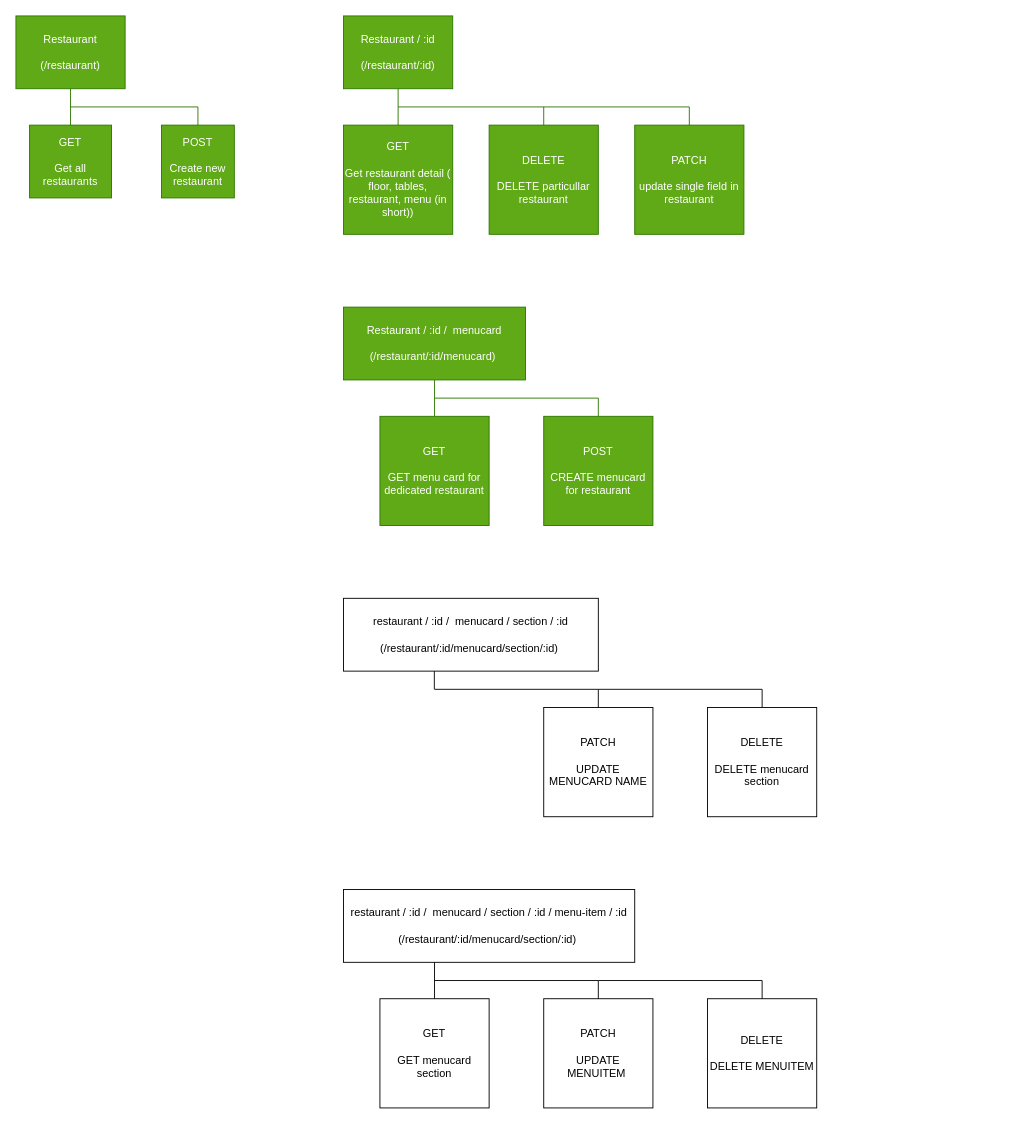
Before: page "API-Endpoints" (2 of 2) of docs/Application-Documentation/Application-Documentation-v1.drawio in suyashl13/Menyokard, a draw.io diagram. Source tidied: cells renumbered, new cells numbered last; positions are measured from the earlier drawing's top-left corner, leaving out a move shared by most shapes. Both pictures are drawn from the tidied source at 91%, with x=0, y=0 at pixel (15, 15).
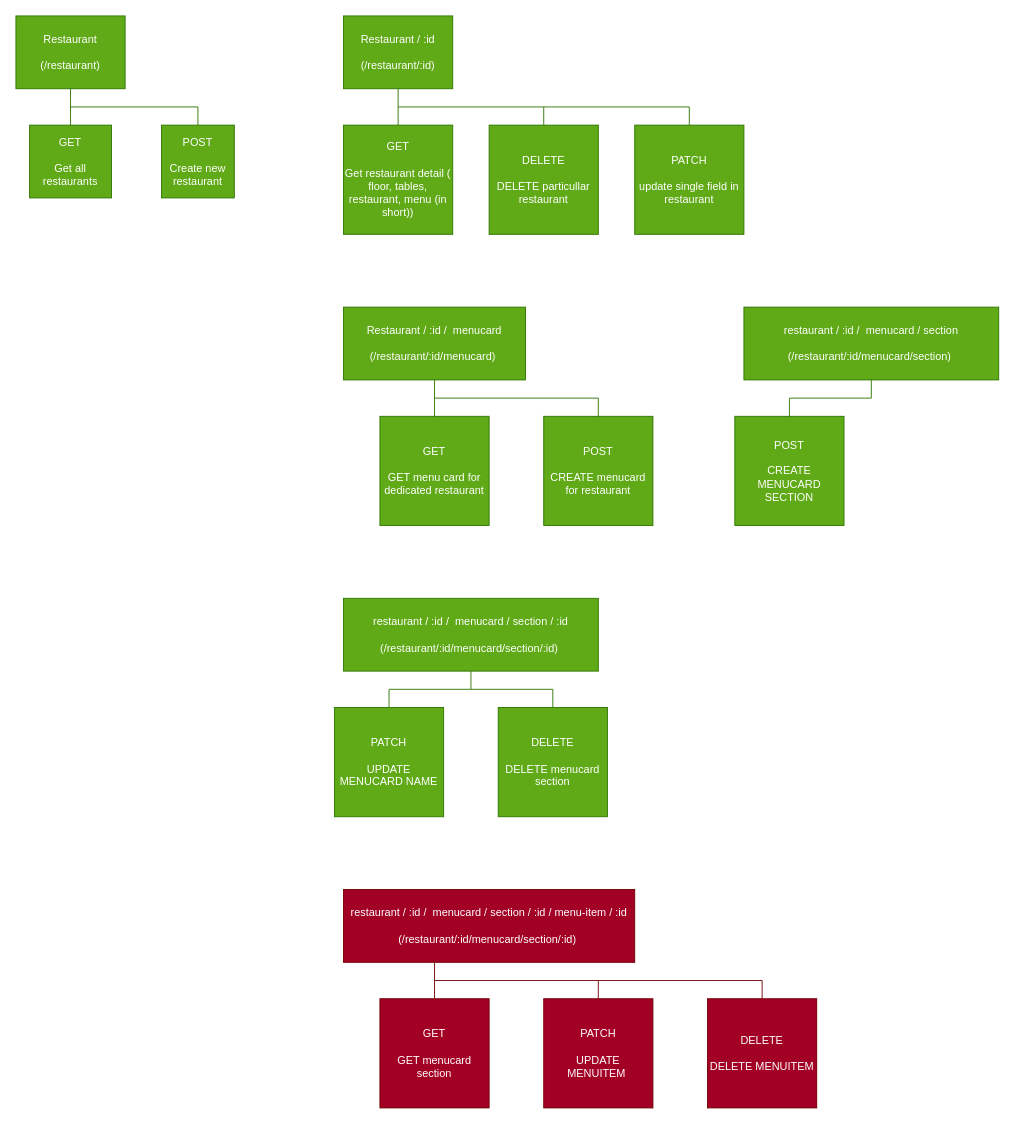
Above is the later version.

Commit message (it also covers changes not shown here):
add: added new routes in section and section slug (in restaurant/menu)

What changed in the source:
```diff
@@
-    <mxCell id="22" value="restaurant / :id /&amp;nbsp; menucard / section / :id&lt;div&gt;&amp;nbsp;&lt;/div&gt;&lt;div&gt;(/restaurant/:id/menucard/section/:id)&amp;nbsp;&lt;/div&gt;" style="rounded=0;whiteSpace=wrap;html=1;" parent="1" vertex="1">
+    <mxCell id="22" value="restaurant / :id /&amp;nbsp; menucard / section / :id&lt;div&gt;&amp;nbsp;&lt;/div&gt;&lt;div&gt;(/restaurant/:id/menucard/section/:id)&amp;nbsp;&lt;/div&gt;" style="rounded=0;whiteSpace=wrap;html=1;fillColor=#60a917;fontColor=#ffffff;strokeColor=#2D7600;" parent="1" vertex="1">
       <mxGeometry x="360" y="640" width="280" height="80" as="geometry" />
     </mxCell>
-    <mxCell id="23" style="endArrow=none;html=1;rounded=0;" parent="1" edge="1">
+    <mxCell id="23" style="endArrow=none;html=1;rounded=0;fillColor=#60a917;strokeColor=#2D7600;" parent="1" edge="1">
       <mxGeometry relative="1" as="geometry">
-        <mxPoint x="460" y="740" as="sourcePoint" />
-        <mxPoint x="640" y="740" as="targetPoint" />
+        <mxPoint x="410" y="740" as="sourcePoint" />
+        <mxPoint x="410" y="740" as="targetPoint" />
       </mxGeometry>
     </mxCell>
-    <mxCell id="24" value="&lt;div&gt;PATCH&lt;br&gt;&lt;br&gt;&lt;/div&gt;&lt;div&gt;UPDATE MENUCARD NAME&lt;/div&gt;" style="rounded=0;whiteSpace=wrap;html=1;" parent="1" vertex="1">
-      <mxGeometry x="580" y="760" width="120" height="120" as="geometry" />
+    <mxCell id="24" value="&lt;div&gt;PATCH&lt;br&gt;&lt;br&gt;&lt;/div&gt;&lt;div&gt;UPDATE MENUCARD NAME&lt;/div&gt;" style="rounded=0;whiteSpace=wrap;html=1;fillColor=#60a917;fontColor=#ffffff;strokeColor=#2D7600;" parent="1" vertex="1">
+      <mxGeometry x="350" y="760" width="120" height="120" as="geometry" />
     </mxCell>
-    <mxCell id="25" style="endArrow=none;html=1;rounded=0;exitX=0.5;exitY=0;exitDx=0;exitDy=0;" parent="1" edge="1" source="24">
+    <mxCell id="25" style="endArrow=none;html=1;rounded=0;exitX=0.5;exitY=0;exitDx=0;exitDy=0;fillColor=#60a917;strokeColor=#2D7600;" parent="1" edge="1" source="24">
       <mxGeometry relative="1" as="geometry">
-        <mxPoint x="640" y="740" as="targetPoint" />
+        <mxPoint x="410" y="740" as="targetPoint" />
       </mxGeometry>
     </mxCell>
-    <mxCell id="26" style="endArrow=none;html=1;rounded=0;" parent="1" edge="1">
+    <mxCell id="26" style="endArrow=none;html=1;rounded=0;fillColor=#60a917;strokeColor=#2D7600;" parent="1" edge="1">
       <mxGeometry relative="1" as="geometry">
-        <mxPoint x="640" y="740" as="sourcePoint" />
-        <mxPoint x="820" y="740" as="targetPoint" />
+        <mxPoint x="410" y="740" as="sourcePoint" />
+        <mxPoint x="590" y="740" as="targetPoint" />
       </mxGeometry>
     </mxCell>
-    <mxCell id="27" value="&lt;div&gt;DELETE&lt;/div&gt;&lt;div&gt;&lt;br&gt;&lt;/div&gt;&lt;div&gt;DELETE menucard section&lt;/div&gt;" style="rounded=0;whiteSpace=wrap;html=1;" parent="1" vertex="1">
-      <mxGeometry x="760" y="760" width="120" height="120" as="geometry" />
+    <mxCell id="27" value="&lt;div&gt;DELETE&lt;/div&gt;&lt;div&gt;&lt;br&gt;&lt;/div&gt;&lt;div&gt;DELETE menucard section&lt;/div&gt;" style="rounded=0;whiteSpace=wrap;html=1;fillColor=#60a917;fontColor=#ffffff;strokeColor=#2D7600;" parent="1" vertex="1">
+      <mxGeometry x="530" y="760" width="120" height="120" as="geometry" />
     </mxCell>
-    <mxCell id="28" style="endArrow=none;html=1;rounded=0;exitX=0.5;exitY=0;exitDx=0;exitDy=0;" parent="1" edge="1" source="27">
+    <mxCell id="28" style="endArrow=none;html=1;rounded=0;exitX=0.5;exitY=0;exitDx=0;exitDy=0;fillColor=#60a917;strokeColor=#2D7600;" parent="1" edge="1" source="27">
       <mxGeometry relative="1" as="geometry">
-        <mxPoint x="820" y="740" as="targetPoint" />
+        <mxPoint x="590" y="740" as="targetPoint" />
       </mxGeometry>
     </mxCell>
-    <mxCell id="29" value="restaurant / :id /&amp;nbsp; menucard / section / :id / menu-item / :id&lt;div&gt;&lt;span style=&quot;background-color: initial;&quot;&gt;&amp;nbsp;&amp;nbsp;&lt;/span&gt;&lt;br&gt;&lt;/div&gt;&lt;div&gt;&lt;div&gt;&lt;div&gt;(/restaurant/:id/menucard/section/:id)&amp;nbsp;&lt;/div&gt;&lt;/div&gt;&lt;/div&gt;" style="rounded=0;whiteSpace=wrap;html=1;" parent="1" vertex="1">
+    <mxCell id="29" value="restaurant / :id /&amp;nbsp; menucard / section / :id / menu-item / :id&lt;div&gt;&lt;span style=&quot;background-color: initial;&quot;&gt;&amp;nbsp;&amp;nbsp;&lt;/span&gt;&lt;br&gt;&lt;/div&gt;&lt;div&gt;&lt;div&gt;&lt;div&gt;(/restaurant/:id/menucard/section/:id)&amp;nbsp;&lt;/div&gt;&lt;/div&gt;&lt;/div&gt;" style="rounded=0;whiteSpace=wrap;html=1;fillColor=#a20025;fontColor=#ffffff;strokeColor=#6F0000;" parent="1" vertex="1">
       <mxGeometry x="360" y="960" width="320" height="80" as="geometry" />
     </mxCell>
-    <mxCell id="30" value="GET&lt;div&gt;&lt;div&gt;&lt;br&gt;&lt;/div&gt;&lt;/div&gt;&lt;div&gt;GET menucard section&lt;/div&gt;" style="rounded=0;whiteSpace=wrap;html=1;" parent="1" vertex="1">
+    <mxCell id="30" value="GET&lt;div&gt;&lt;div&gt;&lt;br&gt;&lt;/div&gt;&lt;/div&gt;&lt;div&gt;GET menucard section&lt;/div&gt;" style="rounded=0;whiteSpace=wrap;html=1;fillColor=#a20025;fontColor=#ffffff;strokeColor=#6F0000;" parent="1" vertex="1">
       <mxGeometry x="400" y="1080" width="120" height="120" as="geometry" />
     </mxCell>
-    <mxCell id="31" style="endArrow=none;html=1;rounded=0;entryX=0.5;entryY=1;entryDx=0;entryDy=0;exitX=0.5;exitY=0;exitDx=0;exitDy=0;" parent="1" edge="1" source="30">
+    <mxCell id="31" style="endArrow=none;html=1;rounded=0;entryX=0.5;entryY=1;entryDx=0;entryDy=0;exitX=0.5;exitY=0;exitDx=0;exitDy=0;fillColor=#a20025;strokeColor=#6F0000;" parent="1" edge="1" source="30">
       <mxGeometry relative="1" as="geometry">
         <mxPoint x="460" y="1040" as="targetPoint" />
       </mxGeometry>
     </mxCell>
-    <mxCell id="32" style="endArrow=none;html=1;rounded=0;" parent="1" edge="1">
+    <mxCell id="32" style="endArrow=none;html=1;rounded=0;fillColor=#a20025;strokeColor=#6F0000;" parent="1" edge="1">
       <mxGeometry relative="1" as="geometry">
         <mxPoint x="460" y="1060" as="sourcePoint" />
         <mxPoint x="640" y="1060" as="targetPoint" />
       </mxGeometry>
     </mxCell>
-    <mxCell id="33" value="&lt;div&gt;PATCH&lt;br&gt;&lt;br&gt;&lt;/div&gt;&lt;div&gt;UPDATE MENUITEM&amp;nbsp;&lt;/div&gt;" style="rounded=0;whiteSpace=wrap;html=1;" parent="1" vertex="1">
+    <mxCell id="33" value="&lt;div&gt;PATCH&lt;br&gt;&lt;br&gt;&lt;/div&gt;&lt;div&gt;UPDATE MENUITEM&amp;nbsp;&lt;/div&gt;" style="rounded=0;whiteSpace=wrap;html=1;fillColor=#a20025;fontColor=#ffffff;strokeColor=#6F0000;" parent="1" vertex="1">
       <mxGeometry x="580" y="1080" width="120" height="120" as="geometry" />
     </mxCell>
-    <mxCell id="34" style="endArrow=none;html=1;rounded=0;exitX=0.5;exitY=0;exitDx=0;exitDy=0;" parent="1" edge="1" source="33">
+    <mxCell id="34" style="endArrow=none;html=1;rounded=0;exitX=0.5;exitY=0;exitDx=0;exitDy=0;fillColor=#a20025;strokeColor=#6F0000;" parent="1" edge="1" source="33">
       <mxGeometry relative="1" as="geometry">
         <mxPoint x="640" y="1060" as="targetPoint" />
       </mxGeometry>
     </mxCell>
-    <mxCell id="35" style="endArrow=none;html=1;rounded=0;" parent="1" edge="1">
+    <mxCell id="35" style="endArrow=none;html=1;rounded=0;fillColor=#a20025;strokeColor=#6F0000;" parent="1" edge="1">
       <mxGeometry relative="1" as="geometry">
         <mxPoint x="640" y="1060" as="sourcePoint" />
         <mxPoint x="820" y="1060" as="targetPoint" />
       </mxGeometry>
     </mxCell>
-    <mxCell id="36" value="&lt;div&gt;DELETE&lt;/div&gt;&lt;div&gt;&lt;br&gt;&lt;/div&gt;&lt;div&gt;DELETE MENUITEM&lt;/div&gt;" style="rounded=0;whiteSpace=wrap;html=1;" parent="1" vertex="1">
+    <mxCell id="36" value="&lt;div&gt;DELETE&lt;/div&gt;&lt;div&gt;&lt;br&gt;&lt;/div&gt;&lt;div&gt;DELETE MENUITEM&lt;/div&gt;" style="rounded=0;whiteSpace=wrap;html=1;fillColor=#a20025;fontColor=#ffffff;strokeColor=#6F0000;" parent="1" vertex="1">
       <mxGeometry x="760" y="1080" width="120" height="120" as="geometry" />
     </mxCell>
-    <mxCell id="37" style="endArrow=none;html=1;rounded=0;exitX=0.5;exitY=0;exitDx=0;exitDy=0;" parent="1" edge="1" source="36">
+    <mxCell id="37" style="endArrow=none;html=1;rounded=0;exitX=0.5;exitY=0;exitDx=0;exitDy=0;fillColor=#a20025;strokeColor=#6F0000;" parent="1" edge="1" source="36">
       <mxGeometry relative="1" as="geometry">
         <mxPoint x="820" y="1060" as="targetPoint" />
       </mxGeometry>
     </mxCell>
-    <mxCell id="38" style="endArrow=none;html=1;rounded=0;exitX=0.5;exitY=0;exitDx=0;exitDy=0;" parent="1" edge="1">
+    <mxCell id="38" style="endArrow=none;html=1;rounded=0;exitX=0.5;exitY=0;exitDx=0;exitDy=0;fillColor=#60a917;strokeColor=#2D7600;" parent="1" edge="1">
       <mxGeometry relative="1" as="geometry">
-        <mxPoint x="459.8" y="740" as="sourcePoint" />
-        <mxPoint x="459.8" y="720" as="targetPoint" />
+        <mxPoint x="500" y="740" as="sourcePoint" />
+        <mxPoint x="500" y="720" as="targetPoint" />
       </mxGeometry>
     </mxCell>
+    <mxCell id="39" value="restaurant / :id /&amp;nbsp; menucard / section&lt;div&gt;&lt;span style=&quot;background-color: initial;&quot;&gt;&amp;nbsp;&lt;/span&gt;&lt;div&gt;(/restaurant/:id/menucard/section)&amp;nbsp;&lt;/div&gt;&lt;/div&gt;" style="rounded=0;whiteSpace=wrap;html=1;fillColor=#60a917;fontColor=#ffffff;strokeColor=#2D7600;" parent="1" vertex="1">
+      <mxGeometry x="800" y="320" width="280" height="80" as="geometry" />
+    </mxCell>
+    <mxCell id="40" style="endArrow=none;html=1;rounded=0;fillColor=#60a917;strokeColor=#2D7600;" parent="1" edge="1">
+      <mxGeometry relative="1" as="geometry">
+        <mxPoint x="850" y="420" as="sourcePoint" />
+        <mxPoint x="850" y="420" as="targetPoint" />
+      </mxGeometry>
+    </mxCell>
+    <mxCell id="41" value="&lt;div&gt;POST&lt;/div&gt;&lt;div&gt;&lt;br&gt;&lt;/div&gt;&lt;div&gt;CREATE&lt;/div&gt;&lt;div&gt;MENUCARD SECTION&lt;/div&gt;" style="rounded=0;whiteSpace=wrap;html=1;fillColor=#60a917;fontColor=#ffffff;strokeColor=#2D7600;" parent="1" vertex="1">
+      <mxGeometry x="790" y="440" width="120" height="120" as="geometry" />
+    </mxCell>
+    <mxCell id="42" style="endArrow=none;html=1;rounded=0;exitX=0.5;exitY=0;exitDx=0;exitDy=0;fillColor=#60a917;strokeColor=#2D7600;" parent="1" edge="1" source="41">
+      <mxGeometry relative="1" as="geometry">
+        <mxPoint x="850" y="420" as="targetPoint" />
+      </mxGeometry>
+    </mxCell>
+    <mxCell id="43" style="endArrow=none;html=1;rounded=0;fillColor=#60a917;strokeColor=#2D7600;" parent="1" edge="1">
+      <mxGeometry relative="1" as="geometry">
+        <mxPoint x="850" y="420" as="sourcePoint" />
+        <mxPoint x="940" y="420" as="targetPoint" />
+      </mxGeometry>
+    </mxCell>
+    <mxCell id="44" style="endArrow=none;html=1;rounded=0;exitX=0.5;exitY=0;exitDx=0;exitDy=0;fillColor=#60a917;strokeColor=#2D7600;" parent="1" edge="1">
+      <mxGeometry relative="1" as="geometry">
+        <mxPoint x="940" y="420" as="sourcePoint" />
+        <mxPoint x="940" y="400" as="targetPoint" />
+      </mxGeometry>
+    </mxCell>
```
